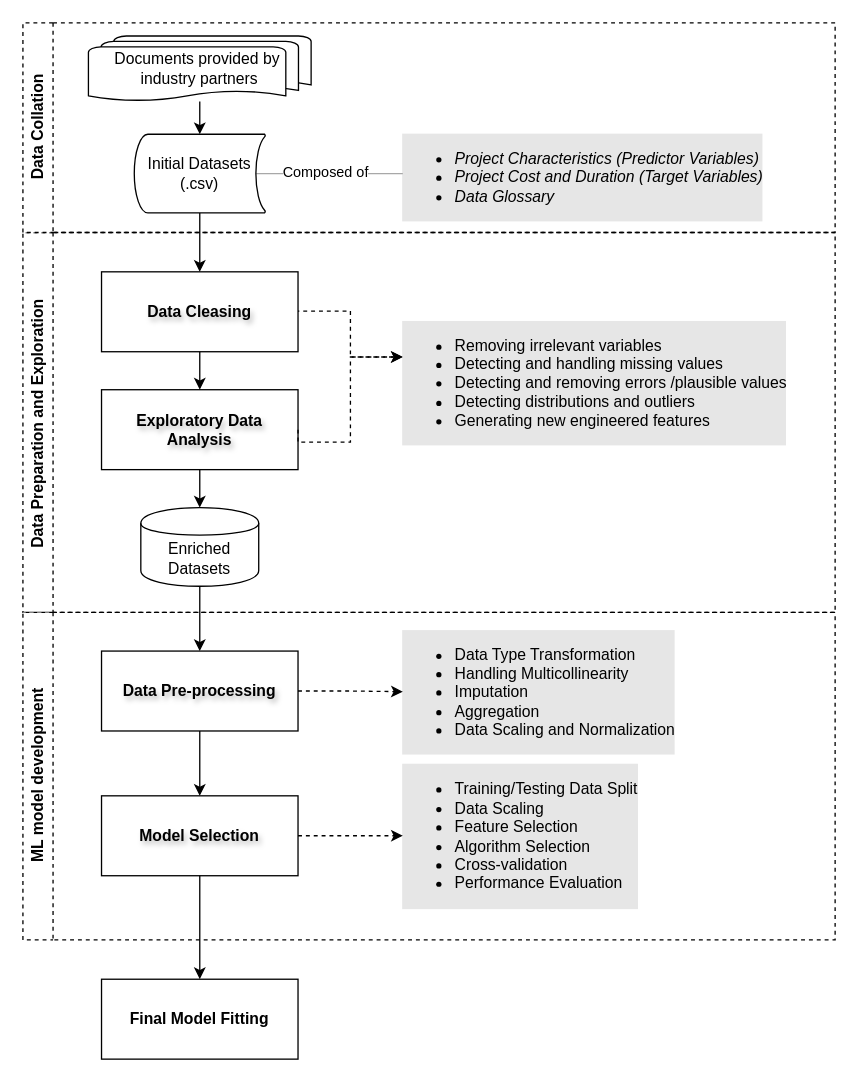
datou7119/Figures keeps this draw.io diagram as research framework.drawio. Above is the earlier version. Source tidied: cells renumbered, new cells numbered last; positions are measured from the earlier drawing's top-left corner, leaving out a move shared by most shapes. Both pictures are drawn from the tidied source at 131%, with x=0, y=0 at pixel (22, 22).
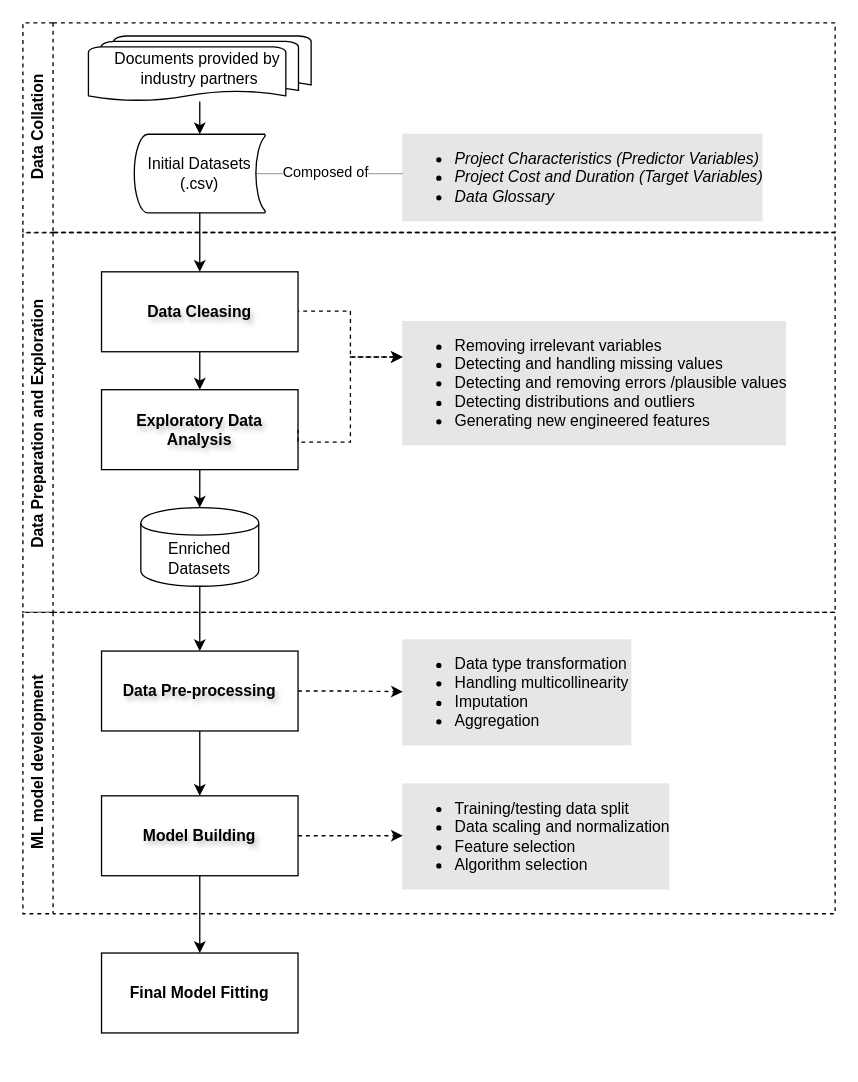
Above is the later version.

The edit, as a diff of the source:
```diff
@@
     <mxCell id="20" value="&lt;span style=&quot;text-wrap: nowrap;&quot;&gt;ML model development&lt;/span&gt;" style="swimlane;horizontal=0;whiteSpace=wrap;html=1;dashed=1;" parent="1" vertex="1">
-      <mxGeometry y="450" width="620" height="250" as="geometry" />
+      <mxGeometry y="450" width="620" height="230" as="geometry" />
     </mxCell>
@@
-    <mxCell id="22" value="&lt;ul style=&quot;font-size: 12px;&quot;&gt;&lt;li style=&quot;font-size: 12px;&quot;&gt;&lt;span style=&quot;font-size: 12px;&quot;&gt;Data Type Transformation&amp;nbsp;&lt;/span&gt;&lt;/li&gt;&lt;li style=&quot;font-size: 12px;&quot;&gt;Handling Multicollinearity&lt;/li&gt;&lt;li style=&quot;font-size: 12px;&quot;&gt;Imputation&lt;/li&gt;&lt;li style=&quot;font-size: 12px;&quot;&gt;Aggregation&lt;/li&gt;&lt;li&gt;Data Scaling and Normalization&lt;/li&gt;&lt;/ul&gt;" style="text;html=1;align=left;verticalAlign=middle;points=[];strokeColor=none;fillColor=none;labelBackgroundColor=#E6E6E6;spacingRight=2;spacingLeft=0;fontSize=12;spacing=0;" parent="20" vertex="1">
-      <mxGeometry x="290" y="5.5" width="230" height="110" as="geometry" />
+    <mxCell id="22" value="&lt;ul style=&quot;font-size: 12px;&quot;&gt;&lt;li style=&quot;font-size: 12px;&quot;&gt;&lt;span style=&quot;font-size: 12px;&quot;&gt;Data type transformation&amp;nbsp;&lt;/span&gt;&lt;/li&gt;&lt;li style=&quot;font-size: 12px;&quot;&gt;Handling multicollinearity&lt;/li&gt;&lt;li style=&quot;font-size: 12px;&quot;&gt;Imputation&lt;/li&gt;&lt;li style=&quot;font-size: 12px;&quot;&gt;Aggregation&lt;/li&gt;&lt;/ul&gt;" style="text;html=1;align=left;verticalAlign=middle;points=[];strokeColor=none;fillColor=none;labelBackgroundColor=#E6E6E6;spacingRight=2;spacingLeft=0;fontSize=12;spacing=0;" parent="20" vertex="1">
+      <mxGeometry x="290" y="15.5" width="190" height="90" as="geometry" />
     </mxCell>
@@
-    <mxCell id="24" value="Model Selection" style="whiteSpace=wrap;html=1;fontStyle=1;textShadow=1;" parent="20" vertex="1">
+    <mxCell id="24" value="Model Building" style="whiteSpace=wrap;html=1;fontStyle=1;textShadow=1;" parent="20" vertex="1">
       <mxGeometry x="60" y="140" width="150" height="61" as="geometry" />
     </mxCell>
@@
-    <mxCell id="26" value="&lt;ul style=&quot;font-size: 12px;&quot;&gt;&lt;li style=&quot;font-size: 12px;&quot;&gt;&lt;span style=&quot;font-size: 12px;&quot;&gt;Training/Testing Data Split&lt;/span&gt;&lt;/li&gt;&lt;li style=&quot;font-size: 12px;&quot;&gt;&lt;span style=&quot;font-size: 12px;&quot;&gt;Data Scaling&amp;nbsp;&lt;/span&gt;&lt;/li&gt;&lt;li style=&quot;font-size: 12px;&quot;&gt;Feature Selection&lt;/li&gt;&lt;li style=&quot;font-size: 12px;&quot;&gt;Algorithm Selection&lt;/li&gt;&lt;li style=&quot;font-size: 12px;&quot;&gt;Cross-validation&lt;/li&gt;&lt;li style=&quot;font-size: 12px;&quot;&gt;Performance Evaluation&lt;/li&gt;&lt;/ul&gt;" style="text;html=1;align=left;verticalAlign=middle;points=[];strokeColor=none;fillColor=none;labelBackgroundColor=#E6E6E6;spacingRight=2;spacingLeft=0;fontSize=12;spacing=0;" parent="20" vertex="1">
-      <mxGeometry x="290" y="110.5" width="200" height="120" as="geometry" />
+    <mxCell id="26" value="&lt;ul style=&quot;font-size: 12px;&quot;&gt;&lt;li style=&quot;font-size: 12px;&quot;&gt;&lt;span style=&quot;font-size: 12px;&quot;&gt;Training/testing data split&lt;/span&gt;&lt;/li&gt;&lt;li&gt;Data scaling and normalization&lt;/li&gt;&lt;li style=&quot;font-size: 12px;&quot;&gt;Feature selection&lt;/li&gt;&lt;li style=&quot;font-size: 12px;&quot;&gt;Algorithm selection&lt;/li&gt;&lt;/ul&gt;" style="text;html=1;align=left;verticalAlign=middle;points=[];strokeColor=none;fillColor=none;labelBackgroundColor=#E6E6E6;spacingRight=2;spacingLeft=0;fontSize=12;spacing=0;" parent="20" vertex="1">
+      <mxGeometry x="290" y="125.5" width="220" height="90" as="geometry" />
     </mxCell>
@@
     <mxCell id="28" value="Final Model Fitting" style="whiteSpace=wrap;html=1;fontStyle=1;" parent="1" vertex="1">
-      <mxGeometry x="60" y="730" width="150" height="61" as="geometry" />
+      <mxGeometry x="60" y="710" width="150" height="61" as="geometry" />
     </mxCell>
```
